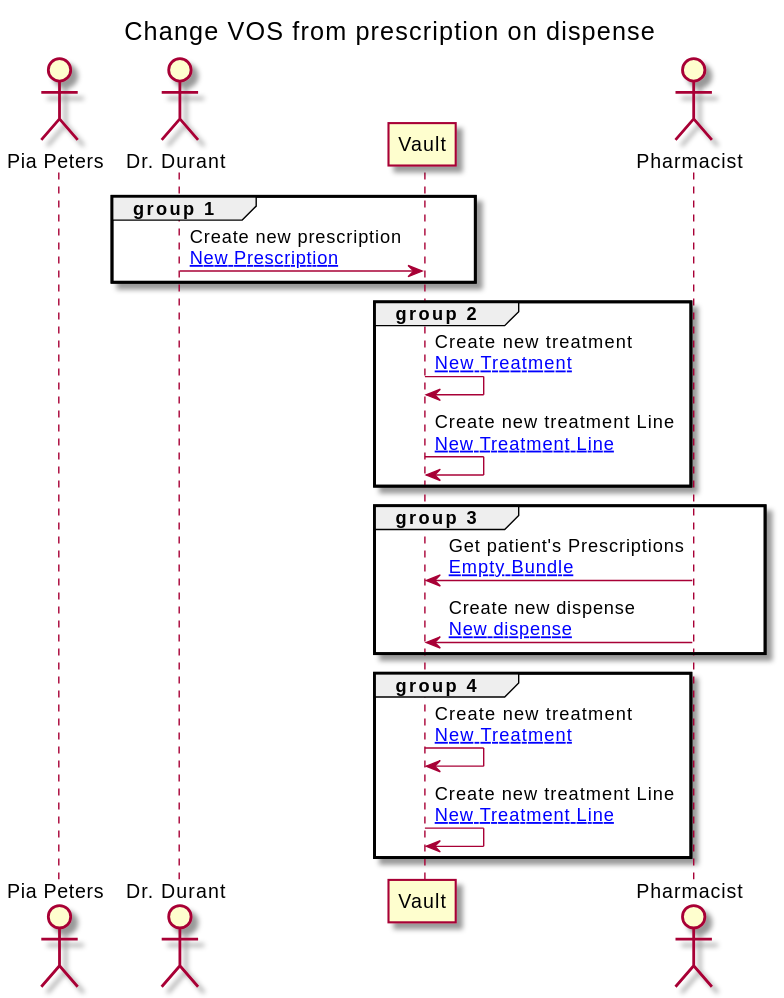
This is branches/riziv/ExampleScenario-example-2-scenario.svg from costateixeira/hl7-be-fhir-medication, a PlantUML export, as it was before one commit.
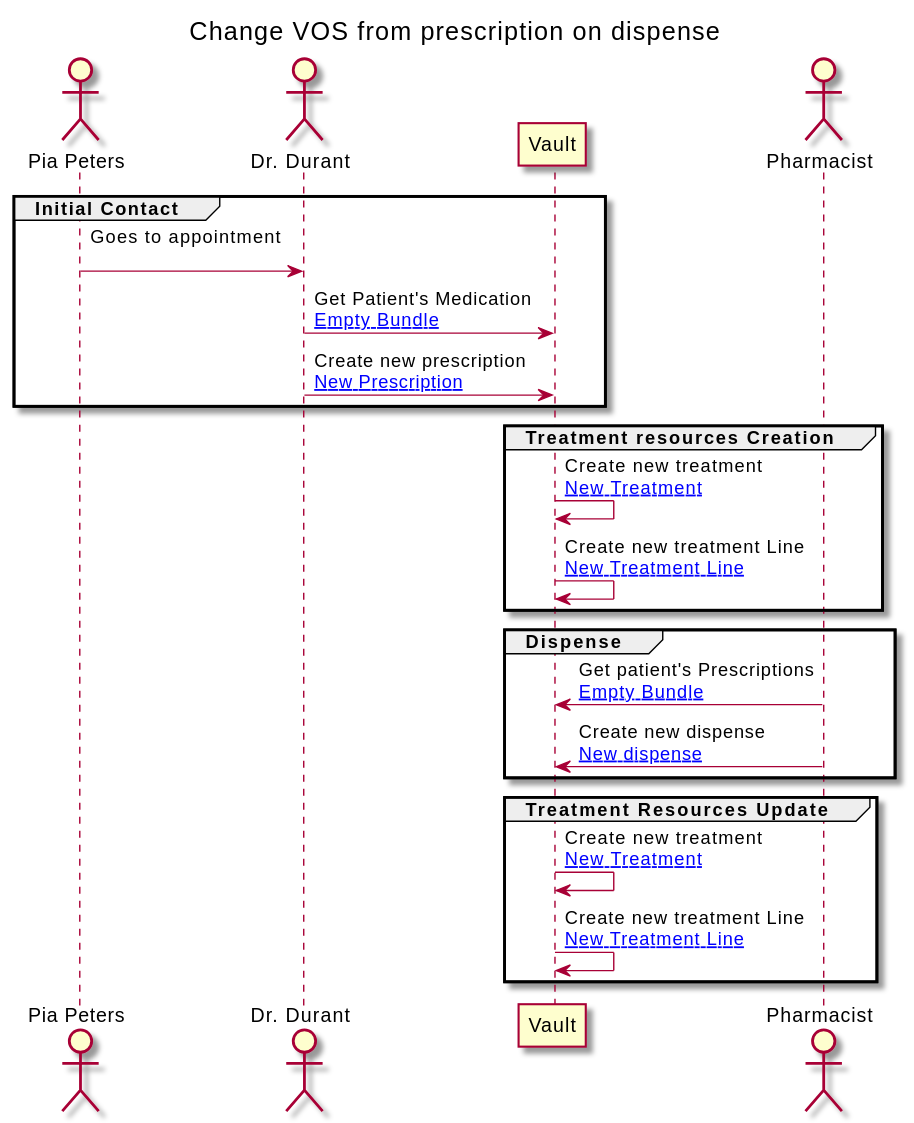
After the commit.

What changed in the source:
```diff
@@ -13,23 +13,26 @@
 
 
 
-group group 1
+group Initial Contact
 
+PATIENT -> GP : Goes to appointment\n
+GP -> VAULT : Get Patient's Medication\n[[ExampleScenario-example-2-scenario-resources.html#EB Empty Bundle]]
 GP -> VAULT : Create new prescription\n[[ExampleScenario-example-2-scenario-resources.html#2a-prescription New Prescription]]
 end
-group group 2
+
+group Treatment resources Creation
 
 VAULT -> VAULT : Create new treatment\n[[ExampleScenario-example-2-scenario-resources.html#2a-treatment New Treatment]]
 VAULT -> VAULT : Create new treatment Line\n[[ExampleScenario-example-2-scenario-resources.html#2a-treatmentLine New Treatment Line]]
 end
 
-group group 3
+group Dispense
 
 PHARM -> VAULT : Get patient's Prescriptions\n[[ExampleScenario-example-2-scenario-resources.html#EB Empty Bundle]]
 PHARM -> VAULT : Create new dispense\n[[ExampleScenario-example-2-scenario-resources.html#2a-dispense New dispense]]
 end
 
-group group 4
+group Treatment Resources Update
 
 VAULT -> VAULT : Create new treatment\n[[ExampleScenario-example-2-scenario-resources.html#2a-treatment New Treatment]]
 VAULT -> VAULT : Create new treatment Line\n[[ExampleScenario-example-2-scenario-resources.html#2a-treatmentLine New Treatment Line]]
```
